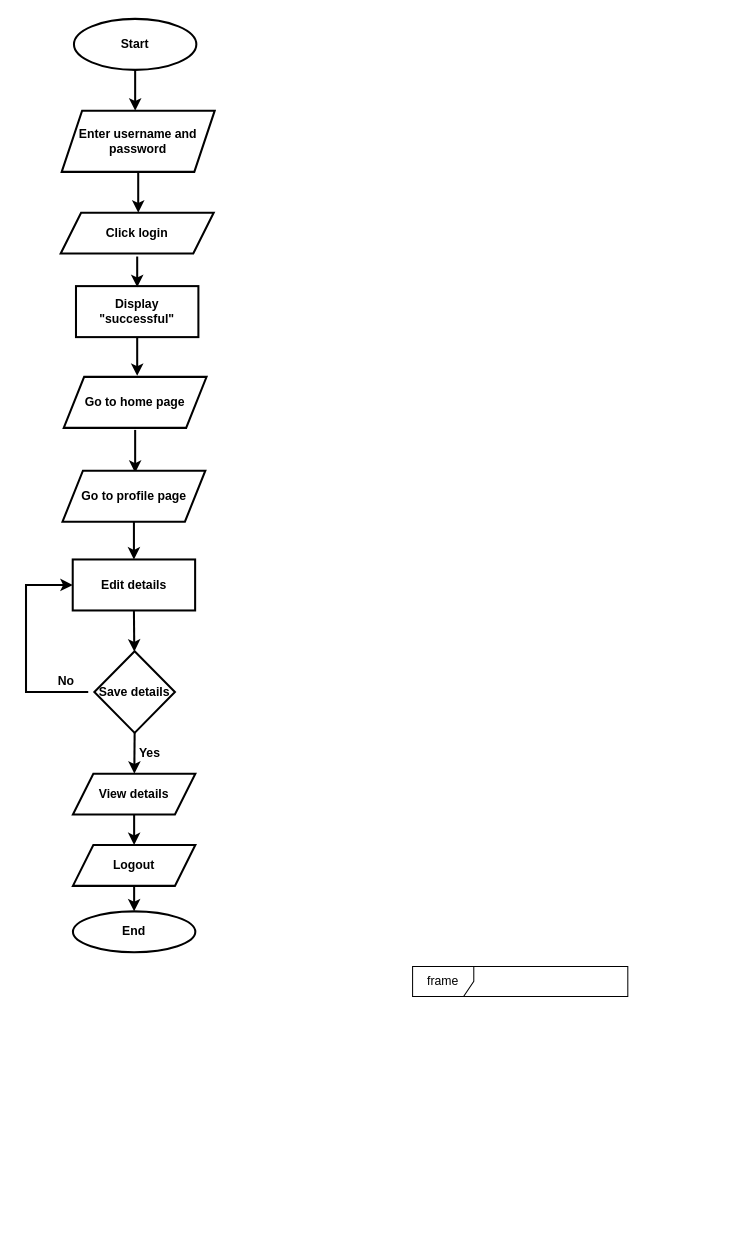
Earlier version of the draw.io diagram page "Yuchira-Flowchart1" (22 of 37) of PAF ER Diagram.drawio (YuchiraJA/PAF-Project-ER-Diagram). Source tidied: cells renumbered, new cells numbered last; positions are measured from the earlier drawing's top-left corner, leaving out a move shared by most shapes. Both pictures are drawn from the tidied source at 102%, with x=0, y=0 at pixel (26, 18).
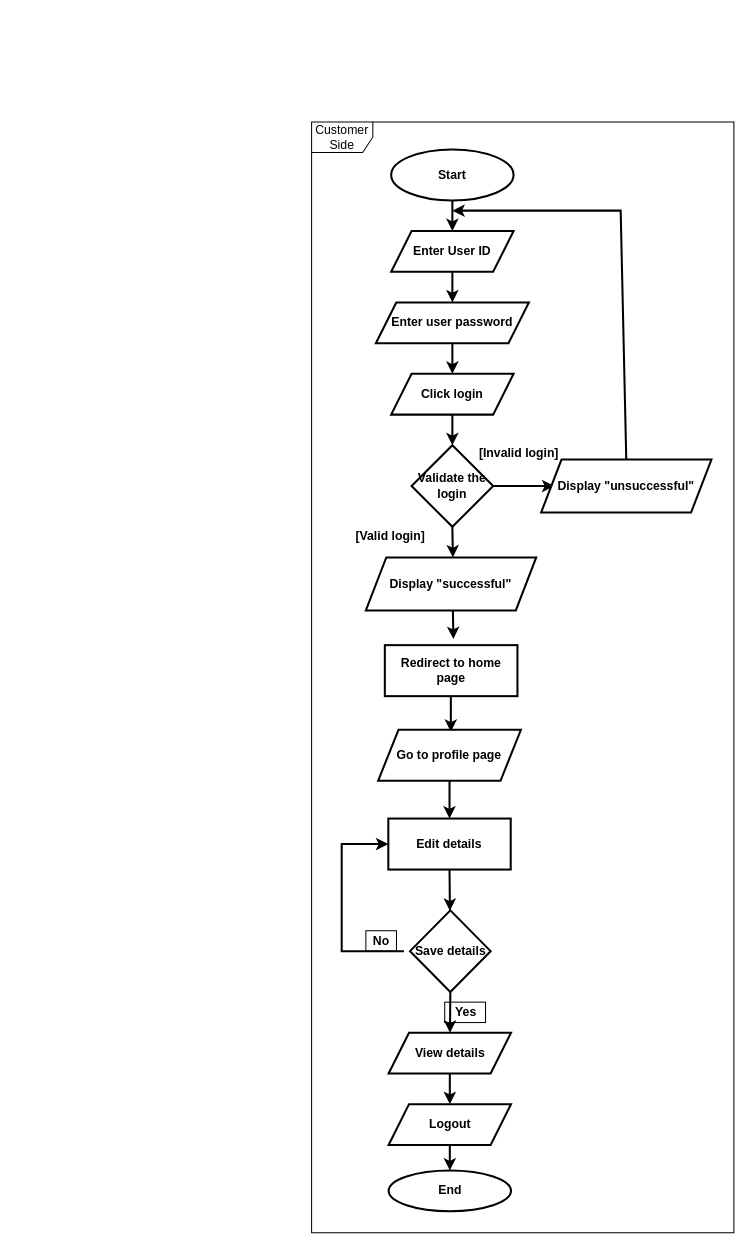
Above is the later version.

What changed in the source:
```diff
@@
-    <mxCell id="2" value="&lt;b&gt;Start&lt;/b&gt;" style="ellipse;whiteSpace=wrap;html=1;strokeWidth=2;" parent="1" vertex="1">
-      <mxGeometry x="47" width="120" height="50" as="geometry" />
-    </mxCell>
-    <mxCell id="3" style="endArrow=classic;html=1;rounded=0;exitX=0.5;exitY=1;exitDx=0;exitDy=0;strokeWidth=2;" parent="1" edge="1" source="2">
-      <mxGeometry relative="1" as="geometry">
-        <mxPoint x="107" y="90" as="targetPoint" />
-        <Array as="points">
-          <mxPoint x="107" y="80" />
-        </Array>
-      </mxGeometry>
-    </mxCell>
-    <mxCell id="4" value="&lt;b&gt;Enter username and password&lt;/b&gt;" style="shape=parallelogram;perimeter=parallelogramPerimeter;whiteSpace=wrap;html=1;fixedSize=1;strokeWidth=2;" parent="1" vertex="1">
-      <mxGeometry x="35" y="90" width="150" height="60" as="geometry" />
-    </mxCell>
-    <mxCell id="5" style="endArrow=classic;html=1;rounded=0;strokeWidth=2;exitX=0.5;exitY=1;exitDx=0;exitDy=0;" parent="1" edge="1" source="4">
-      <mxGeometry relative="1" as="geometry">
-        <mxPoint x="110" y="190" as="targetPoint" />
-      </mxGeometry>
-    </mxCell>
-    <mxCell id="6" value="&lt;b&gt;Click login&lt;/b&gt;" style="shape=parallelogram;perimeter=parallelogramPerimeter;whiteSpace=wrap;html=1;fixedSize=1;strokeWidth=2;" parent="1" vertex="1">
-      <mxGeometry x="34" y="190" width="150" height="40" as="geometry" />
-    </mxCell>
-    <mxCell id="7" value="&lt;b&gt;Display &quot;successful&quot;&lt;/b&gt;" style="rounded=0;whiteSpace=wrap;html=1;strokeWidth=2;" parent="1" vertex="1">
-      <mxGeometry x="49" y="262" width="120" height="50" as="geometry" />
-    </mxCell>
-    <mxCell id="8" style="endArrow=classic;html=1;rounded=0;strokeWidth=2;" parent="1" edge="1">
-      <mxGeometry relative="1" as="geometry">
-        <mxPoint x="109" y="233" as="sourcePoint" />
-        <mxPoint x="109" y="263" as="targetPoint" />
-      </mxGeometry>
-    </mxCell>
-    <mxCell id="9" style="endArrow=classic;html=1;rounded=0;strokeWidth=2;exitX=0.5;exitY=1;exitDx=0;exitDy=0;" parent="1" edge="1" source="7">
-      <mxGeometry relative="1" as="geometry">
-        <mxPoint x="109" y="350" as="targetPoint" />
-      </mxGeometry>
-    </mxCell>
-    <mxCell id="10" value="&lt;b&gt;Go to home page&lt;/b&gt;" style="shape=parallelogram;perimeter=parallelogramPerimeter;whiteSpace=wrap;html=1;fixedSize=1;strokeWidth=2;" parent="1" vertex="1">
-      <mxGeometry x="37" y="351" width="140" height="50" as="geometry" />
-    </mxCell>
-    <mxCell id="11" style="endArrow=classic;html=1;rounded=0;strokeWidth=2;exitX=0.5;exitY=1;exitDx=0;exitDy=0;" parent="1" edge="1">
+    <mxCell id="11" style="endArrow=classic;html=1;rounded=0;strokeWidth=2;exitX=0.5;exitY=1;exitDx=0;exitDy=0;strokeColor=default;" parent="1" edge="1">
       <mxGeometry relative="1" as="geometry">
-        <mxPoint x="107" y="403" as="sourcePoint" />
-        <mxPoint x="107" y="445" as="targetPoint" />
+        <mxPoint x="416.5" y="657" as="sourcePoint" />
+        <mxPoint x="416.5" y="699" as="targetPoint" />
       </mxGeometry>
     </mxCell>
-    <mxCell id="12" value="&lt;b&gt;Go to profile page&lt;/b&gt;" style="shape=parallelogram;perimeter=parallelogramPerimeter;whiteSpace=wrap;html=1;fixedSize=1;strokeWidth=2;" parent="1" vertex="1">
-      <mxGeometry x="35.8" y="443" width="140" height="50" as="geometry" />
+    <mxCell id="12" value="&lt;b&gt;Go to profile page&lt;/b&gt;" style="shape=parallelogram;perimeter=parallelogramPerimeter;whiteSpace=wrap;html=1;fixedSize=1;strokeWidth=2;strokeColor=default;" parent="1" vertex="1">
+      <mxGeometry x="345.2" y="697" width="140" height="50" as="geometry" />
     </mxCell>
-    <mxCell id="13" style="endArrow=classic;html=1;rounded=0;strokeWidth=2;exitX=0.5;exitY=1;exitDx=0;exitDy=0;entryX=0.5;entryY=0;entryDx=0;entryDy=0;" parent="1" edge="1" source="12" target="15">
+    <mxCell id="13" style="endArrow=classic;html=1;rounded=0;strokeWidth=2;exitX=0.5;exitY=1;exitDx=0;exitDy=0;entryX=0.5;entryY=0;entryDx=0;entryDy=0;strokeColor=default;" parent="1" edge="1" source="12" target="15">
       <mxGeometry relative="1" as="geometry" />
     </mxCell>
-    <mxCell id="14" style="edgeStyle=orthogonalEdgeStyle;rounded=0;orthogonalLoop=1;jettySize=auto;html=1;exitX=0.5;exitY=1;exitDx=0;exitDy=0;strokeWidth=2;" parent="1" edge="1" source="12" target="12">
+    <mxCell id="14" style="edgeStyle=orthogonalEdgeStyle;rounded=0;orthogonalLoop=1;jettySize=auto;html=1;exitX=0.5;exitY=1;exitDx=0;exitDy=0;strokeWidth=2;strokeColor=default;" parent="1" edge="1" source="12" target="12">
       <mxGeometry relative="1" as="geometry" />
     </mxCell>
-    <mxCell id="15" value="&lt;b&gt;Edit details&lt;/b&gt;" style="rounded=0;whiteSpace=wrap;html=1;strokeWidth=2;" parent="1" vertex="1">
-      <mxGeometry x="45.8" y="530" width="120" height="50" as="geometry" />
+    <mxCell id="15" value="&lt;b&gt;Edit details&lt;/b&gt;" style="rounded=0;whiteSpace=wrap;html=1;strokeWidth=2;strokeColor=default;" parent="1" vertex="1">
+      <mxGeometry x="355.2" y="784" width="120" height="50" as="geometry" />
     </mxCell>
-    <mxCell id="16" style="endArrow=classic;html=1;rounded=0;strokeWidth=2;exitX=0.5;exitY=1;exitDx=0;exitDy=0;" parent="1" edge="1" source="15" target="17">
+    <mxCell id="16" style="endArrow=classic;html=1;rounded=0;strokeWidth=2;exitX=0.5;exitY=1;exitDx=0;exitDy=0;strokeColor=default;" parent="1" edge="1" source="15" target="17">
       <mxGeometry relative="1" as="geometry" />
     </mxCell>
-    <mxCell id="17" value="&lt;b&gt;Save details&lt;/b&gt;" style="rhombus;whiteSpace=wrap;html=1;strokeWidth=2;" parent="1" vertex="1">
-      <mxGeometry x="67" y="620" width="79" height="80" as="geometry" />
+    <mxCell id="17" value="&lt;b&gt;Save details&lt;/b&gt;" style="rhombus;whiteSpace=wrap;html=1;strokeWidth=2;strokeColor=default;" parent="1" vertex="1">
+      <mxGeometry x="376.5" y="874" width="79" height="80" as="geometry" />
     </mxCell>
-    <mxCell id="18" style="endArrow=classic;html=1;rounded=0;strokeWidth=2;entryX=0;entryY=0.5;entryDx=0;entryDy=0;" parent="1" edge="1" target="15">
+    <mxCell id="18" style="endArrow=classic;html=1;rounded=0;strokeWidth=2;entryX=0;entryY=0.5;entryDx=0;entryDy=0;strokeColor=default;" parent="1" edge="1" target="15">
       <mxGeometry relative="1" as="geometry">
-        <mxPoint x="61" y="660" as="sourcePoint" />
+        <mxPoint x="370.5" y="914" as="sourcePoint" />
         <Array as="points">
-          <mxPoint y="660" />
-          <mxPoint y="555" />
+          <mxPoint x="309.5" y="914" />
+          <mxPoint x="309.5" y="809" />
         </Array>
       </mxGeometry>
     </mxCell>
-    <mxCell id="19" value="&lt;b&gt;No&lt;/b&gt;" style="text;html=1;align=center;verticalAlign=middle;strokeColor=none;fillColor=none;" parent="1" vertex="1">
-      <mxGeometry x="23.8" y="640" width="30" height="20" as="geometry" />
+    <mxCell id="19" value="&lt;b&gt;No&lt;/b&gt;" style="text;html=1;align=center;verticalAlign=middle;strokeColor=default;fillColor=none;" parent="1" vertex="1">
+      <mxGeometry x="333.2" y="894" width="30" height="20" as="geometry" />
     </mxCell>
-    <mxCell id="20" style="endArrow=classic;html=1;rounded=0;strokeWidth=2;exitX=0.5;exitY=1;exitDx=0;exitDy=0;" parent="1" edge="1" source="17" target="21">
+    <mxCell id="20" style="endArrow=classic;html=1;rounded=0;strokeWidth=2;exitX=0.5;exitY=1;exitDx=0;exitDy=0;strokeColor=default;" parent="1" edge="1" source="17" target="21">
       <mxGeometry relative="1" as="geometry" />
     </mxCell>
-    <mxCell id="21" value="&lt;b&gt;View details&lt;/b&gt;" style="shape=parallelogram;perimeter=parallelogramPerimeter;whiteSpace=wrap;html=1;fixedSize=1;strokeWidth=2;" parent="1" vertex="1">
-      <mxGeometry x="46" y="740" width="120" height="40" as="geometry" />
+    <mxCell id="21" value="&lt;b&gt;View details&lt;/b&gt;" style="shape=parallelogram;perimeter=parallelogramPerimeter;whiteSpace=wrap;html=1;fixedSize=1;strokeWidth=2;strokeColor=default;" parent="1" vertex="1">
+      <mxGeometry x="355.5" y="994" width="120" height="40" as="geometry" />
     </mxCell>
-    <mxCell id="22" value="&lt;b&gt;Yes&lt;/b&gt;" style="text;html=1;align=center;verticalAlign=middle;strokeColor=none;fillColor=none;" parent="1" vertex="1">
-      <mxGeometry x="101" y="710" width="40" height="20" as="geometry" />
+    <mxCell id="22" value="&lt;b&gt;Yes&lt;/b&gt;" style="text;html=1;align=center;verticalAlign=middle;strokeColor=default;fillColor=none;" parent="1" vertex="1">
+      <mxGeometry x="410.5" y="964" width="40" height="20" as="geometry" />
     </mxCell>
-    <mxCell id="23" style="endArrow=classic;html=1;rounded=0;strokeWidth=2;exitX=0.5;exitY=1;exitDx=0;exitDy=0;" parent="1" edge="1" source="21" target="24">
+    <mxCell id="23" style="endArrow=classic;html=1;rounded=0;strokeWidth=2;exitX=0.5;exitY=1;exitDx=0;exitDy=0;strokeColor=default;" parent="1" edge="1" source="21" target="24">
       <mxGeometry relative="1" as="geometry" />
     </mxCell>
-    <mxCell id="24" value="&lt;b&gt;Logout&lt;/b&gt;" style="shape=parallelogram;perimeter=parallelogramPerimeter;whiteSpace=wrap;html=1;fixedSize=1;strokeWidth=2;" parent="1" vertex="1">
-      <mxGeometry x="46" y="810" width="120" height="40" as="geometry" />
+    <mxCell id="24" value="&lt;b&gt;Logout&lt;/b&gt;" style="shape=parallelogram;perimeter=parallelogramPerimeter;whiteSpace=wrap;html=1;fixedSize=1;strokeWidth=2;strokeColor=default;" parent="1" vertex="1">
+      <mxGeometry x="355.5" y="1064" width="120" height="40" as="geometry" />
     </mxCell>
-    <mxCell id="25" style="endArrow=classic;html=1;rounded=0;strokeWidth=2;exitX=0.5;exitY=1;exitDx=0;exitDy=0;" parent="1" edge="1" source="24" target="26">
+    <mxCell id="25" style="endArrow=classic;html=1;rounded=0;strokeWidth=2;exitX=0.5;exitY=1;exitDx=0;exitDy=0;strokeColor=default;" parent="1" edge="1" source="24" target="26">
       <mxGeometry relative="1" as="geometry" />
     </mxCell>
-    <mxCell id="26" value="&lt;b&gt;End&lt;/b&gt;" style="ellipse;whiteSpace=wrap;html=1;strokeWidth=2;" parent="1" vertex="1">
-      <mxGeometry x="46" y="875" width="120" height="40" as="geometry" />
+    <mxCell id="26" value="&lt;b&gt;End&lt;/b&gt;" style="ellipse;whiteSpace=wrap;html=1;strokeWidth=2;strokeColor=default;" parent="1" vertex="1">
+      <mxGeometry x="355.5" y="1129" width="120" height="40" as="geometry" />
     </mxCell>
-    <mxCell id="27" value="frame" style="shape=umlFrame;whiteSpace=wrap;html=1;" parent="1" vertex="1">
-      <mxGeometry x="379" y="929" width="211" height="29.5" as="geometry" />
+    <mxCell id="27" value="Customer Side" style="shape=umlFrame;whiteSpace=wrap;html=1;" parent="1" vertex="1">
+      <mxGeometry x="280" y="101" width="414" height="1089" as="geometry" />
     </mxCell>
+    <mxCell id="2" value="&lt;b&gt;Start&lt;/b&gt;" style="ellipse;whiteSpace=wrap;html=1;strokeWidth=2;" parent="1" vertex="1">
+      <mxGeometry x="358" y="128" width="120" height="50" as="geometry" />
+    </mxCell>
+    <mxCell id="28" style="endArrow=classic;html=1;rounded=0;exitX=0.5;exitY=1;exitDx=0;exitDy=0;strokeWidth=2;" parent="1" edge="1" source="2" target="29">
+      <mxGeometry relative="1" as="geometry" />
+    </mxCell>
+    <mxCell id="29" value="&lt;b&gt;Enter User ID&lt;/b&gt;" style="shape=parallelogram;perimeter=parallelogramPerimeter;whiteSpace=wrap;html=1;fixedSize=1;strokeWidth=2;" parent="1" vertex="1">
+      <mxGeometry x="358" y="208" width="120" height="40" as="geometry" />
+    </mxCell>
+    <mxCell id="30" style="endArrow=classic;html=1;rounded=0;exitX=0.5;exitY=1;exitDx=0;exitDy=0;strokeWidth=2;" parent="1" edge="1" source="29" target="31">
+      <mxGeometry relative="1" as="geometry" />
+    </mxCell>
+    <mxCell id="31" value="&lt;b&gt;Enter user password&lt;/b&gt;" style="shape=parallelogram;perimeter=parallelogramPerimeter;whiteSpace=wrap;html=1;fixedSize=1;strokeWidth=2;" parent="1" vertex="1">
+      <mxGeometry x="343" y="278" width="150" height="40" as="geometry" />
+    </mxCell>
+    <mxCell id="32" style="endArrow=classic;html=1;rounded=0;exitX=0.5;exitY=1;exitDx=0;exitDy=0;strokeWidth=2;" parent="1" edge="1" source="31" target="6">
+      <mxGeometry relative="1" as="geometry" />
+    </mxCell>
+    <mxCell id="6" value="&lt;b&gt;Click login&lt;/b&gt;" style="shape=parallelogram;perimeter=parallelogramPerimeter;whiteSpace=wrap;html=1;fixedSize=1;strokeWidth=2;" parent="1" vertex="1">
+      <mxGeometry x="358" y="348" width="120" height="40" as="geometry" />
+    </mxCell>
+    <mxCell id="33" style="endArrow=classic;html=1;rounded=0;exitX=0.5;exitY=1;exitDx=0;exitDy=0;strokeWidth=2;" parent="1" edge="1" source="6" target="34">
+      <mxGeometry relative="1" as="geometry" />
+    </mxCell>
+    <mxCell id="34" value="&lt;b&gt;Validate the login&lt;/b&gt;" style="rhombus;whiteSpace=wrap;html=1;strokeWidth=2;" parent="1" vertex="1">
+      <mxGeometry x="378" y="418" width="80" height="80" as="geometry" />
+    </mxCell>
+    <mxCell id="35" style="endArrow=classic;html=1;rounded=0;exitX=1;exitY=0.5;exitDx=0;exitDy=0;strokeWidth=2;" parent="1" edge="1" source="34">
+      <mxGeometry relative="1" as="geometry">
+        <mxPoint x="518" y="458" as="targetPoint" />
+      </mxGeometry>
+    </mxCell>
+    <mxCell id="36" style="endArrow=classic;html=1;rounded=0;exitX=0.5;exitY=0;exitDx=0;exitDy=0;strokeWidth=2;" parent="1" edge="1" source="40">
+      <mxGeometry relative="1" as="geometry">
+        <mxPoint x="418" y="188" as="targetPoint" />
+        <Array as="points">
+          <mxPoint x="583" y="188" />
+        </Array>
+      </mxGeometry>
+    </mxCell>
+    <mxCell id="37" style="endArrow=classic;html=1;rounded=0;exitX=0.5;exitY=1;exitDx=0;exitDy=0;strokeWidth=2;" parent="1" edge="1" source="34">
+      <mxGeometry relative="1" as="geometry">
+        <mxPoint x="418.5" y="528" as="targetPoint" />
+      </mxGeometry>
+    </mxCell>
+    <mxCell id="38" style="endArrow=classic;html=1;rounded=0;exitX=0.5;exitY=1;exitDx=0;exitDy=0;strokeWidth=2;" parent="1" edge="1">
+      <mxGeometry relative="1" as="geometry">
+        <mxPoint x="418.5" y="578" as="sourcePoint" />
+        <mxPoint x="419" y="608" as="targetPoint" />
+      </mxGeometry>
+    </mxCell>
+    <mxCell id="39" value="&lt;b&gt;Redirect to home page&lt;/b&gt;" style="rounded=0;whiteSpace=wrap;html=1;strokeWidth=2;" parent="1" vertex="1">
+      <mxGeometry x="351.8" y="614" width="130" height="50" as="geometry" />
+    </mxCell>
+    <mxCell id="40" value="&lt;b&gt;Display &quot;unsuccessful&quot;&lt;/b&gt;" style="shape=parallelogram;perimeter=parallelogramPerimeter;whiteSpace=wrap;html=1;fixedSize=1;strokeWidth=2;strokeColor=default;" parent="1" vertex="1">
+      <mxGeometry x="505" y="432" width="167" height="52" as="geometry" />
+    </mxCell>
+    <mxCell id="7" value="&lt;b&gt;Display &quot;successful&quot;&lt;/b&gt;" style="shape=parallelogram;perimeter=parallelogramPerimeter;whiteSpace=wrap;html=1;fixedSize=1;strokeWidth=2;strokeColor=default;" parent="1" vertex="1">
+      <mxGeometry x="333.2" y="528" width="167" height="52" as="geometry" />
+    </mxCell>
+    <mxCell id="41" value="&lt;b&gt;[Valid login]&lt;/b&gt;" style="text;html=1;align=center;verticalAlign=middle;strokeColor=none;fillColor=none;" parent="1" vertex="1">
+      <mxGeometry x="316" y="498" width="81" height="18" as="geometry" />
+    </mxCell>
+    <mxCell id="42" value="&lt;b&gt;[Invalid login]&lt;/b&gt;" style="text;html=1;align=center;verticalAlign=middle;strokeColor=none;fillColor=none;" parent="1" vertex="1">
+      <mxGeometry x="438" y="417" width="90" height="18" as="geometry" />
+    </mxCell>
```
